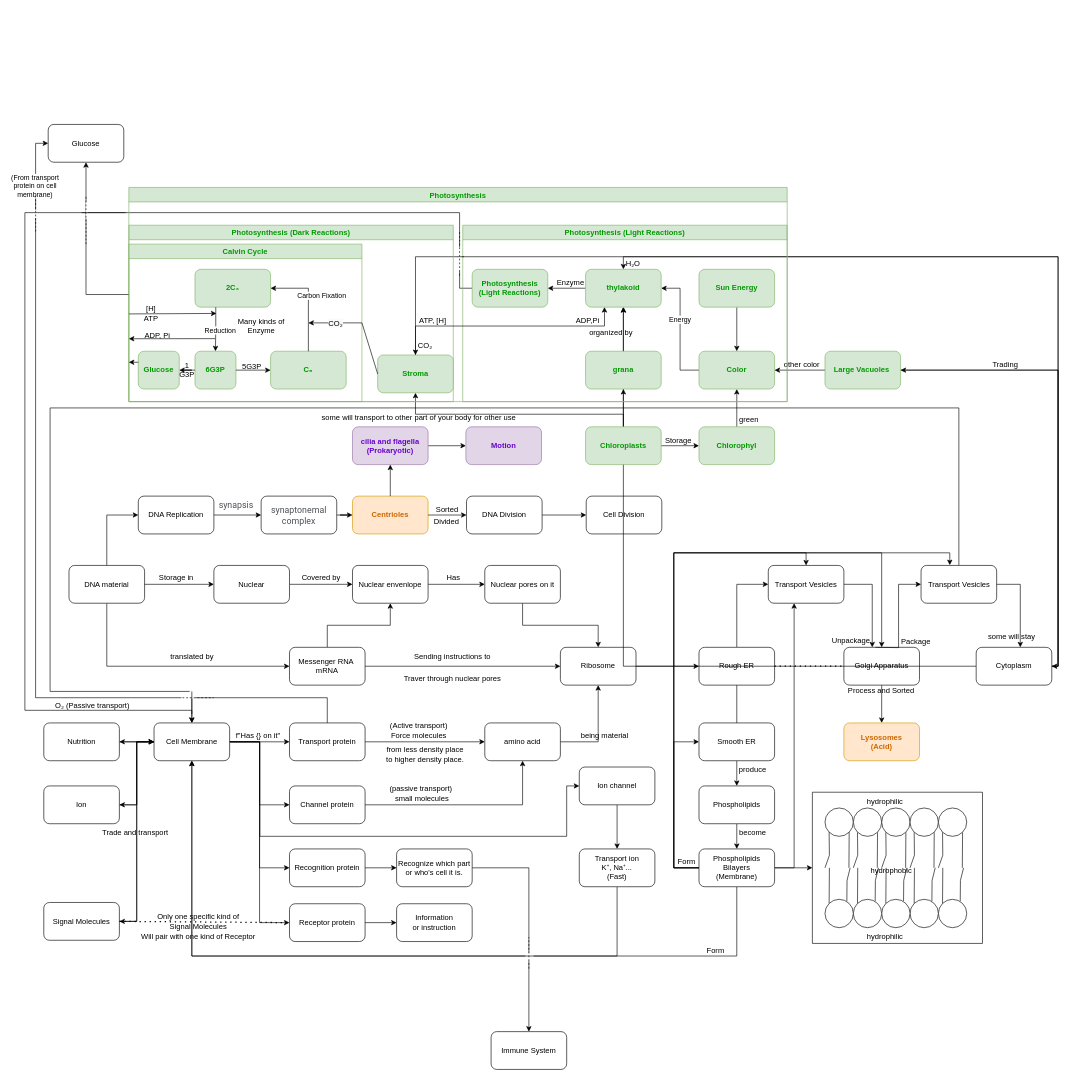
Above: biology.drawio in lemuela1/LearnPython (draw.io), before the change. Source tidied: cells renumbered, new cells numbered last; positions are measured from the earlier drawing's top-left corner, leaving out a move shared by most shapes. Both pictures are drawn from the tidied source at 63%, with x=0, y=0 at pixel (25, 124).
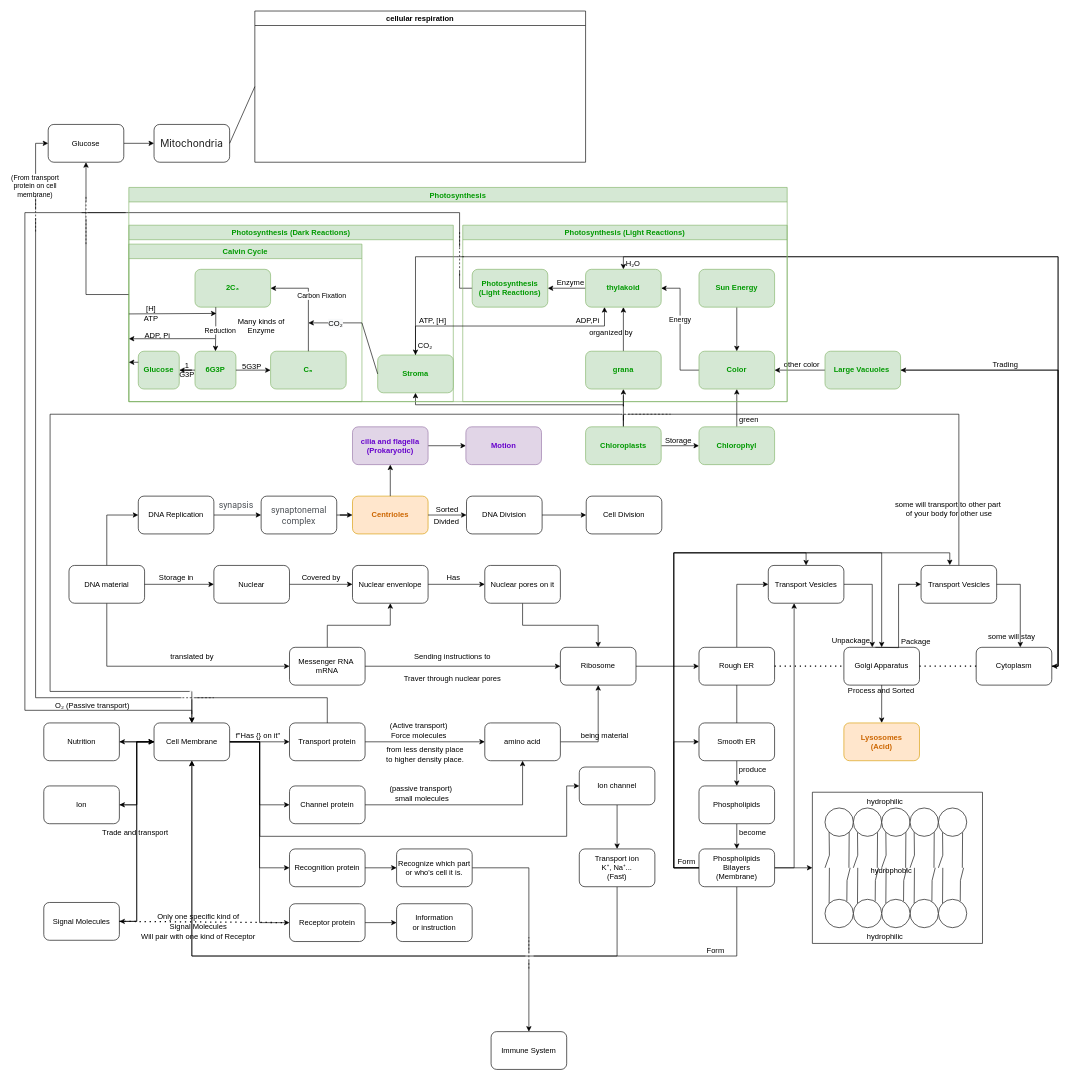
After the change.

The change refers to these unchanged cells:
```xml
<mxCell id="34" value="Cell Membrane" style="rounded=1;whiteSpace=wrap;html=1;" parent="1" vertex="1">
  <mxGeometry x="205" y="950" width="120" height="60" as="geometry" />
</mxCell>
<mxCell id="122" value="Golgi Apparatus" style="rounded=1;whiteSpace=wrap;html=1;" parent="1" vertex="1">
  <mxGeometry x="1300" y="830" width="120" height="60" as="geometry" />
</mxCell>
<mxCell id="129" value="Transport Vesicles" style="rounded=1;whiteSpace=wrap;html=1;" parent="1" vertex="1">
  <mxGeometry x="1422.5" y="700" width="120" height="60" as="geometry" />
</mxCell>
<mxCell id="157" value="Cytoplasm" style="rounded=1;whiteSpace=wrap;html=1;strokeColor=#000000;fontColor=#000000;" parent="1" vertex="1">
  <mxGeometry x="1510" y="830" width="120" height="60" as="geometry" />
</mxCell>
<mxCell id="176" value="Chloroplasts" style="rounded=1;whiteSpace=wrap;html=1;strokeColor=#82b366;fillColor=#d5e8d4;fontStyle=1;fontColor=#009900;" parent="1" vertex="1">
  <mxGeometry x="890" y="480" width="120" height="60" as="geometry" />
</mxCell>
<mxCell id="194" value="thylakoid" style="whiteSpace=wrap;html=1;fillColor=#d5e8d4;strokeColor=#82b366;fontColor=#009900;rounded=1;fontStyle=1;" parent="1" vertex="1">
  <mxGeometry x="890" y="230" width="120" height="60" as="geometry" />
</mxCell>
<mxCell id="207" value="Stroma" style="rounded=1;whiteSpace=wrap;html=1;strokeColor=#82b366;fillColor=#d5e8d4;fontStyle=1;fontColor=#009900;" parent="206" vertex="1">
  <mxGeometry x="395" y="206" width="120" height="60" as="geometry" />
</mxCell>
<mxCell id="239" value="Glucose" style="rounded=1;whiteSpace=wrap;html=1;strokeColor=#000000;fontColor=#000000;" parent="1" vertex="1">
  <mxGeometry x="37" width="120" height="60" as="geometry" />
</mxCell>
```

Change to the diagram source:
```diff
@@
     <mxCell id="127" style="edgeStyle=orthogonalEdgeStyle;rounded=0;jettySize=auto;html=1;entryX=0.5;entryY=0;entryDx=0;entryDy=0;fontColor=#000000;" parent="1" edge="1" source="129" target="34">
       <mxGeometry relative="1" as="geometry">
         <Array as="points">
-          <mxPoint x="1482" y="450" />
-          <mxPoint x="40" y="450" />
+          <mxPoint x="1483" y="460" />
+          <mxPoint x="40" y="460" />
           <mxPoint x="40" y="900" />
           <mxPoint x="265" y="900" />
         </Array>
       </mxGeometry>
     </mxCell>
@@
-    <mxCell id="155" style="edgeStyle=orthogonalEdgeStyle;rounded=0;jettySize=auto;html=1;fontColor=#000000;" parent="1" edge="1" source="157" target="194">
-      <mxGeometry relative="1" as="geometry" />
-    </mxCell>
@@
-    <mxCell id="159" value="some will transport to other part of your body for other use" style="text;html=1;align=center;verticalAlign=middle;strokeColor=none;fillColor=none;fontColor=#000000;" parent="1" vertex="1">
-      <mxGeometry x="460" y="450" width="330" height="30" as="geometry" />
+    <mxCell id="159" value="some will transport to other part&lt;br&gt;&amp;nbsp;of your body for other use" style="text;html=1;align=center;verticalAlign=middle;strokeColor=none;fillColor=none;fontColor=#000000;" parent="1" vertex="1">
+      <mxGeometry x="1370" y="590" width="190" height="40" as="geometry" />
     </mxCell>
@@
     <mxCell id="175" style="edgeStyle=orthogonalEdgeStyle;rounded=0;jettySize=auto;html=1;fontColor=#009900;entryX=0.5;entryY=1;entryDx=0;entryDy=0;" parent="1" edge="1" source="176" target="207">
       <mxGeometry relative="1" as="geometry">
         <Array as="points">
-          <mxPoint x="950" y="460" />
-          <mxPoint x="620" y="460" />
+          <mxPoint x="950" y="445" />
+          <mxPoint x="620" y="445" />
         </Array>
       </mxGeometry>
     </mxCell>
+    <mxCell id="246" value="&amp;nbsp; &amp;nbsp;&amp;nbsp;" style="edgeLabel;html=1;align=center;verticalAlign=middle;fontColor=#000000;" parent="175" vertex="1">
+      <mxGeometry x="-0.85" relative="1" as="geometry">
+        <mxPoint y="2" as="offset" />
+      </mxGeometry>
+    </mxCell>
@@
+    <mxCell id="247" style="edgeStyle=orthogonalEdgeStyle;rounded=0;jettySize=auto;html=1;fontColor=#000000;entryX=0;entryY=0.5;entryDx=0;entryDy=0;" parent="1" edge="1" source="239" target="248">
+      <mxGeometry relative="1" as="geometry" />
+    </mxCell>
@@
+    <mxCell id="248" value="&lt;span style=&quot;color: rgb(31, 31, 31); font-family: -apple-system, BlinkMacSystemFont, &amp;quot;Segoe UI&amp;quot;, Roboto, Oxygen, Ubuntu, Cantarell, &amp;quot;Fira Sans&amp;quot;, &amp;quot;Droid Sans&amp;quot;, &amp;quot;Helvetica Neue&amp;quot;, Arial, sans-serif; font-size: 16px; font-style: normal; font-variant-ligatures: normal; font-variant-caps: normal; font-weight: 400; letter-spacing: normal; orphans: 2; text-align: left; text-indent: 0px; text-transform: none; widows: 2; word-spacing: 0px; -webkit-text-stroke-width: 0px; background-color: rgb(255, 255, 255); text-decoration-style: initial; text-decoration-color: initial; float: none; display: inline !important;&quot;&gt;Mitochondria&lt;/span&gt;" style="rounded=1;whiteSpace=wrap;html=1;strokeColor=#000000;fontColor=#000000;" parent="1" vertex="1">
+      <mxGeometry x="205" width="120" height="60" as="geometry" />
+    </mxCell>
+    <mxCell id="249" value="cellular respiration" style="swimlane;strokeColor=#000000;fontColor=#000000;" parent="1" vertex="1">
+      <mxGeometry x="365" y="-180" width="525" height="240" as="geometry" />
+    </mxCell>
+    <mxCell id="250" style="endArrow=none;html=1;rounded=0;fontColor=#000000;exitX=1;exitY=0.5;exitDx=0;exitDy=0;entryX=0;entryY=0.5;entryDx=0;entryDy=0;" parent="1" edge="1" source="248" target="249">
+      <mxGeometry relative="1" as="geometry" />
+    </mxCell>
+    <mxCell id="251" style="endArrow=none;html=1;rounded=0;fontColor=#000000;" parent="1" edge="1">
+      <mxGeometry relative="1" as="geometry">
+        <mxPoint x="950" y="470" as="sourcePoint" />
+        <mxPoint x="950" y="430" as="targetPoint" />
+      </mxGeometry>
+    </mxCell>
+    <mxCell id="252" style="endArrow=none;dashed=1;html=1;rounded=0;fontColor=#000000;" parent="1" edge="1">
+      <mxGeometry relative="1" as="geometry">
+        <mxPoint x="945" y="460" as="sourcePoint" />
+        <mxPoint x="1025" y="460" as="targetPoint" />
+      </mxGeometry>
+    </mxCell>
+    <mxCell id="253" style="endArrow=none;dashed=1;html=1;dashPattern=1 3;strokeWidth=2;rounded=0;fontColor=#000000;exitX=1;exitY=0.5;exitDx=0;exitDy=0;entryX=0;entryY=0.5;entryDx=0;entryDy=0;" parent="1" edge="1" source="122" target="157">
+      <mxGeometry relative="1" as="geometry" />
+    </mxCell>
```
